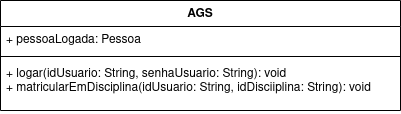
Above: projeto/diagrama_de_classes/diagrama_classe_sistema.drawio.png in Suvacco/AGS (draw.io), before the change. Source tidied: cells renumbered, new cells last; positions are measured from the earlier drawing's top-left corner, leaving out a move shared by most shapes. Source of this version:
```xml
<mxGraphModel>
  <root>
    <mxCell id="0" />
    <mxCell id="1" parent="0" />
    <mxCell id="2" value="AGS" style="swimlane;fontStyle=1;align=center;verticalAlign=top;horizontal=1;startSize=26;whiteSpace=wrap;html=1;" parent="1" vertex="1">
      <mxGeometry width="400" height="110" as="geometry" />
    </mxCell>
    <mxCell id="3" value="&lt;div&gt;+ pessoaLogada: Pessoa&lt;/div&gt;&lt;div&gt;&lt;br&gt;&lt;/div&gt;" style="text;strokeColor=none;fillColor=none;align=left;verticalAlign=top;spacingLeft=4;spacingRight=4;overflow=hidden;whiteSpace=wrap;html=1;" parent="2" vertex="1">
      <mxGeometry y="26" width="400" height="26" as="geometry" />
    </mxCell>
    <mxCell id="4" style="line;strokeWidth=1;fillColor=none;align=left;verticalAlign=middle;spacingTop=-1;spacingLeft=3;spacingRight=3;labelPosition=right;strokeColor=inherit;" parent="2" vertex="1">
      <mxGeometry y="52" width="400" height="8" as="geometry" />
    </mxCell>
    <mxCell id="5" value="&lt;div&gt;+ logar(idUsuario: String, senhaUsuario: String): void&lt;/div&gt;&lt;div&gt;+ matricularEmDisciplina(idUsuario: String, idDisciiplina: String): void&lt;span style=&quot;white-space: pre;&quot;&gt;&#9;&lt;/span&gt;&lt;br&gt;&lt;/div&gt;" style="text;strokeColor=none;fillColor=none;align=left;verticalAlign=top;spacingLeft=4;spacingRight=4;overflow=hidden;whiteSpace=wrap;html=1;" parent="2" vertex="1">
      <mxGeometry y="60" width="400" height="50" as="geometry" />
    </mxCell>
  </root>
</mxGraphModel>
```
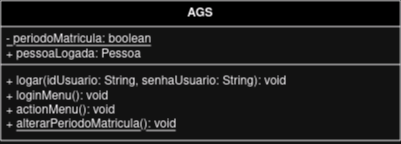
The same diagram one commit later.

Commit message:
Atualizando diagramas de classe

Diff of the diagram source:
```diff
@@ -3,16 +3,16 @@
     <mxCell id="0" />
     <mxCell id="1" parent="0" />
     <mxCell id="2" value="AGS" style="swimlane;fontStyle=1;align=center;verticalAlign=top;horizontal=1;startSize=26;whiteSpace=wrap;html=1;" parent="1" vertex="1">
-      <mxGeometry width="400" height="110" as="geometry" />
+      <mxGeometry width="400" height="140" as="geometry" />
     </mxCell>
-    <mxCell id="3" value="&lt;div&gt;+ pessoaLogada: Pessoa&lt;/div&gt;&lt;div&gt;&lt;br&gt;&lt;/div&gt;" style="text;strokeColor=none;fillColor=none;align=left;verticalAlign=top;spacingLeft=4;spacingRight=4;overflow=hidden;whiteSpace=wrap;html=1;" parent="2" vertex="1">
-      <mxGeometry y="26" width="400" height="26" as="geometry" />
+    <mxCell id="3" value="&lt;div&gt;&lt;u&gt;- periodoMatricula: boolean&lt;/u&gt;&lt;br&gt;&lt;/div&gt;&lt;div&gt;+ pessoaLogada: Pessoa&lt;/div&gt;&lt;div&gt;&lt;br&gt;&lt;/div&gt;" style="text;strokeColor=none;fillColor=none;align=left;verticalAlign=top;spacingLeft=4;spacingRight=4;overflow=hidden;whiteSpace=wrap;html=1;" parent="2" vertex="1">
+      <mxGeometry y="26" width="400" height="34" as="geometry" />
     </mxCell>
     <mxCell id="4" style="line;strokeWidth=1;fillColor=none;align=left;verticalAlign=middle;spacingTop=-1;spacingLeft=3;spacingRight=3;labelPosition=right;strokeColor=inherit;" parent="2" vertex="1">
-      <mxGeometry y="52" width="400" height="8" as="geometry" />
+      <mxGeometry y="60" width="400" height="8" as="geometry" />
     </mxCell>
-    <mxCell id="5" value="&lt;div&gt;+ logar(idUsuario: String, senhaUsuario: String): void&lt;/div&gt;&lt;div&gt;+ matricularEmDisciplina(idUsuario: String, idDisciiplina: String): void&lt;span style=&quot;white-space: pre;&quot;&gt;&#9;&lt;/span&gt;&lt;br&gt;&lt;/div&gt;" style="text;strokeColor=none;fillColor=none;align=left;verticalAlign=top;spacingLeft=4;spacingRight=4;overflow=hidden;whiteSpace=wrap;html=1;" parent="2" vertex="1">
-      <mxGeometry y="60" width="400" height="50" as="geometry" />
+    <mxCell id="5" value="&lt;div&gt;+ logar(idUsuario: String, senhaUsuario: String): void&lt;/div&gt;&lt;div&gt;+ loginMenu(): void&lt;/div&gt;&lt;div&gt;+ actionMenu(): void&lt;/div&gt;&lt;div&gt;+ &lt;u&gt;alterarPeriodoMatricula(): void&lt;/u&gt;&lt;br&gt;&lt;/div&gt;" style="text;strokeColor=none;fillColor=none;align=left;verticalAlign=top;spacingLeft=4;spacingRight=4;overflow=hidden;whiteSpace=wrap;html=1;" parent="2" vertex="1">
+      <mxGeometry y="68" width="400" height="72" as="geometry" />
     </mxCell>
   </root>
 </mxGraphModel>
```
